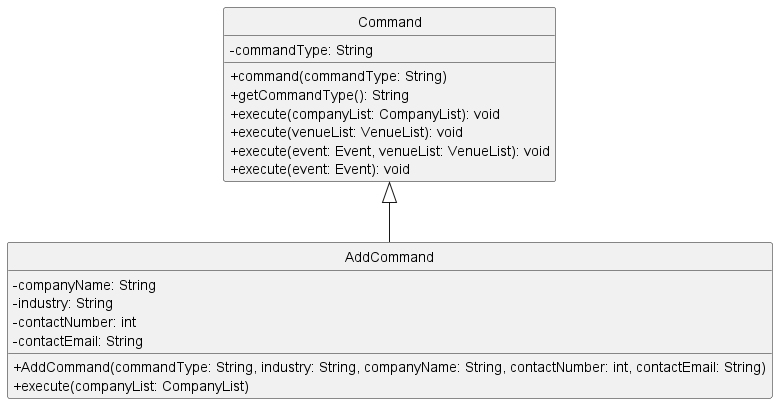
Above: docs/UML/Image/AddCommand_Class.png in nus-cs2113-AY2223S2/tp (PlantUML), before the change. Its source is kept beside it as docs/UML/AddCommand_class.puml.
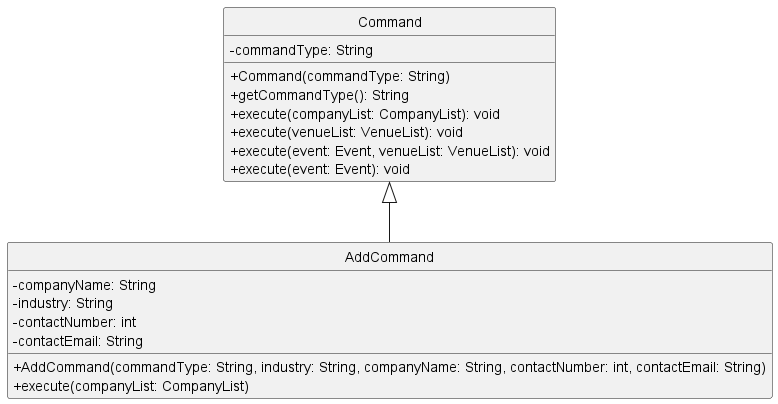
After the change.

Commit message:
Fix AddCommand class diagram

The edit, as a diff of the source:
```diff
@@ -7,7 +7,7 @@
 
 class Command{
 -commandType: String
-+command(commandType: String)
++Command(commandType: String)
 +getCommandType(): String
 +execute(companyList: CompanyList): void
 +execute(venueList: VenueList): void
```
